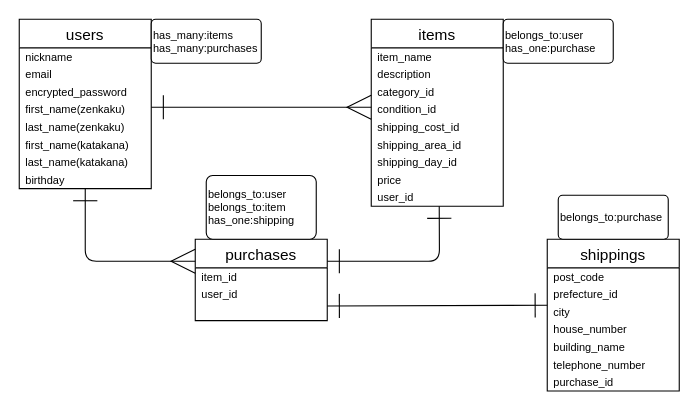
Earlier version of the draw.io diagram .dio (totototateyama/furima-41462). Source tidied: cells renumbered, new cells numbered last; positions are measured from the earlier drawing's top-left corner, leaving out a move shared by most shapes. Both pictures are drawn from the tidied source at 110%, with x=0, y=0 at pixel (19, 19).
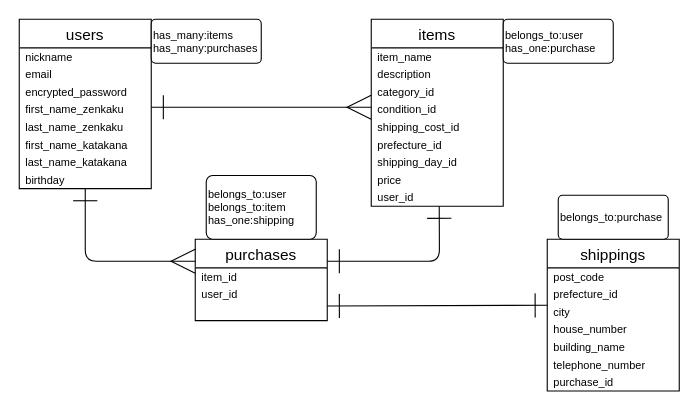
The same page after the edit.

Commit message (it also covers changes not shown here):
データベース設計 #3

Unchanged cells that the change refers to:
```xml
<mxCell id="2" value="users" style="swimlane;fontStyle=0;horizontal=1;startSize=26;align=center;fontSize=14;spacing=0;" parent="1" vertex="1">
  <mxGeometry width="120" height="154" as="geometry" />
</mxCell>
<mxCell id="11" value="items" style="swimlane;fontStyle=0;horizontal=1;startSize=26;align=center;fontSize=14;spacing=0;" parent="1" vertex="1">
  <mxGeometry x="320" width="120" height="170" as="geometry" />
</mxCell>
```

The edit, as a diff of the source:
```diff
@@
-    <mxCell id="6" value="first_name(zenkaku) " style="text;strokeColor=none;fillColor=none;spacingLeft=4;spacingRight=4;overflow=hidden;fontSize=10;verticalAlign=middle;" parent="2" vertex="1">
+    <mxCell id="6" value="first_name_zenkaku " style="text;strokeColor=none;fillColor=none;spacingLeft=4;spacingRight=4;overflow=hidden;fontSize=10;verticalAlign=middle;" parent="2" vertex="1">
       <mxGeometry y="74" width="120" height="16" as="geometry" />
     </mxCell>
-    <mxCell id="7" value="last_name(zenkaku)" style="text;strokeColor=none;fillColor=none;spacingLeft=4;spacingRight=4;overflow=hidden;fontSize=10;verticalAlign=middle;" parent="2" vertex="1">
+    <mxCell id="7" value="last_name_zenkaku" style="text;strokeColor=none;fillColor=none;spacingLeft=4;spacingRight=4;overflow=hidden;fontSize=10;verticalAlign=middle;" parent="2" vertex="1">
       <mxGeometry y="90" width="120" height="16" as="geometry" />
     </mxCell>
-    <mxCell id="8" value="first_name(katakana) " style="text;strokeColor=none;fillColor=none;spacingLeft=4;spacingRight=4;overflow=hidden;fontSize=10;verticalAlign=middle;" parent="2" vertex="1">
+    <mxCell id="8" value="first_name_katakana" style="text;strokeColor=none;fillColor=none;spacingLeft=4;spacingRight=4;overflow=hidden;fontSize=10;verticalAlign=middle;" parent="2" vertex="1">
       <mxGeometry y="106" width="120" height="16" as="geometry" />
     </mxCell>
-    <mxCell id="9" value="last_name(katakana)" style="text;strokeColor=none;fillColor=none;spacingLeft=4;spacingRight=4;overflow=hidden;fontSize=10;verticalAlign=middle;" parent="2" vertex="1">
+    <mxCell id="9" value="last_name_katakana" style="text;strokeColor=none;fillColor=none;spacingLeft=4;spacingRight=4;overflow=hidden;fontSize=10;verticalAlign=middle;" parent="2" vertex="1">
       <mxGeometry y="122" width="120" height="16" as="geometry" />
     </mxCell>
@@
-    <mxCell id="17" value="shipping_area_id" style="text;strokeColor=none;fillColor=none;spacingLeft=4;spacingRight=4;overflow=hidden;fontSize=10;verticalAlign=middle;" parent="11" vertex="1">
+    <mxCell id="17" value="prefecture_id" style="text;strokeColor=none;fillColor=none;spacingLeft=4;spacingRight=4;overflow=hidden;fontSize=10;verticalAlign=middle;" parent="11" vertex="1">
       <mxGeometry y="106" width="120" height="16" as="geometry" />
     </mxCell>
```
